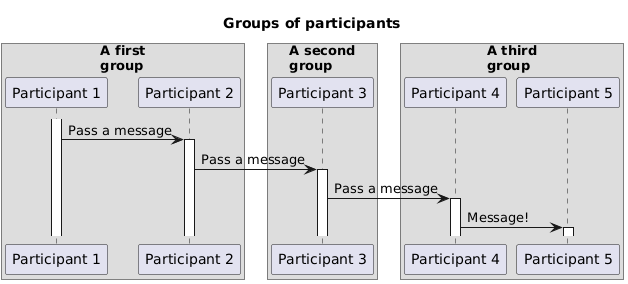
This is docs/sequence_diagram/images/participant_grouping_plantuml.png from mikalaiyurkin/umlcharter, a PlantUML export, as it was before one commit.
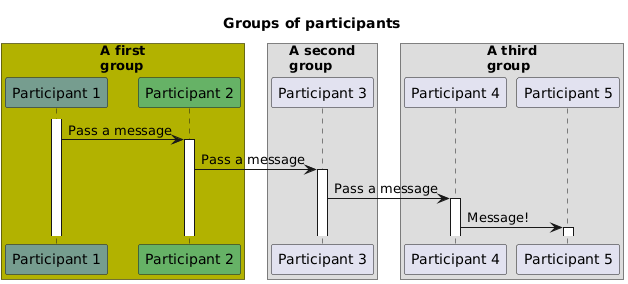
The same diagram one commit later.

Diff of the diagram source:
```diff
@@ -1,8 +1,8 @@
 @startuml
 title: Groups of participants
-box "A first\ngroup"
-participant "Participant 1" as p1
-participant "Participant 2" as p2
+box "A first\ngroup" #b2b200
+participant "Participant 1" as p1 #769D8F
+participant "Participant 2" as p2 #66b266
 end box
 box "A second\ngroup"
 participant "Participant 3" as p3
```
